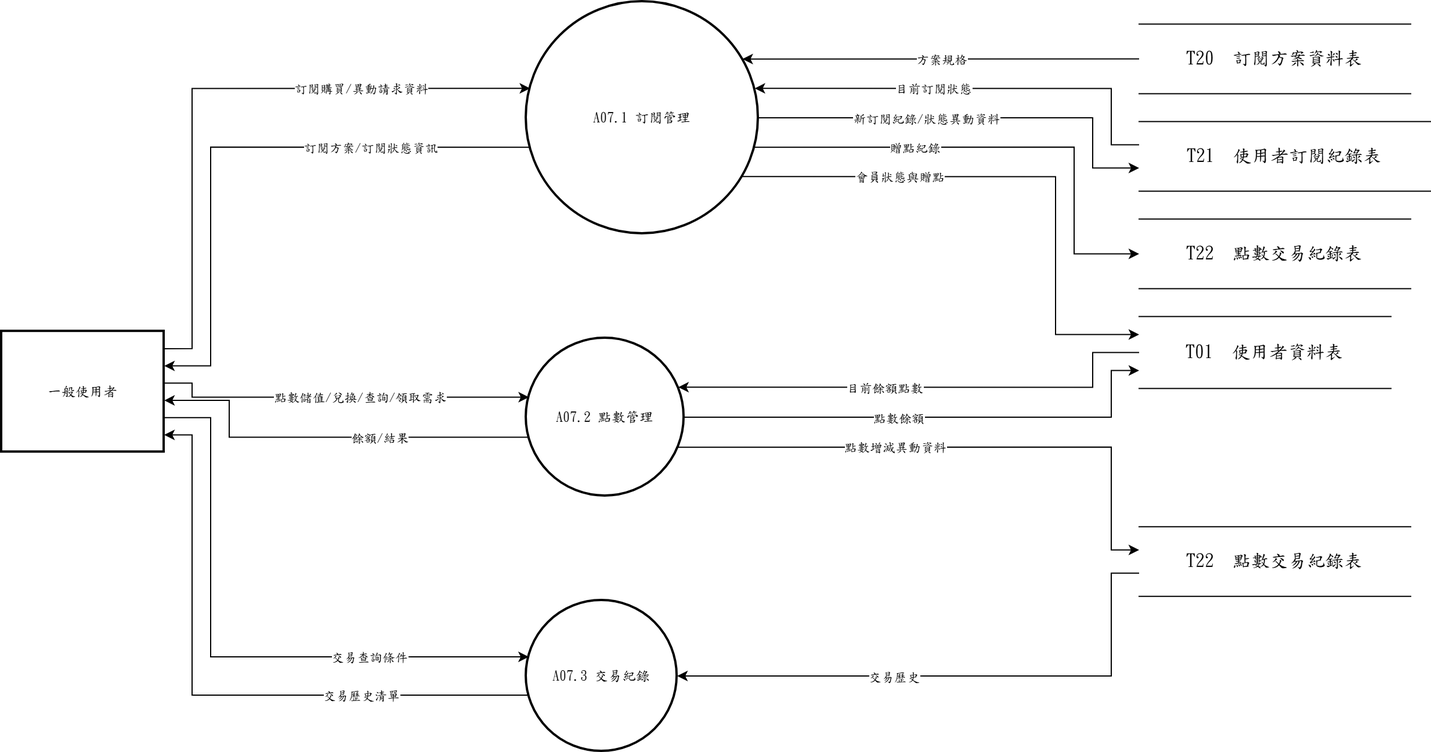
The draw.io diagram 系統文件/第6章/DFD圖/圖7/新/圖7.drawio.png in s22452007/115502, before a commit. Source tidied: cells renumbered, new cells last; positions are measured from the earlier drawing's top-left corner, leaving out a move shared by most shapes.
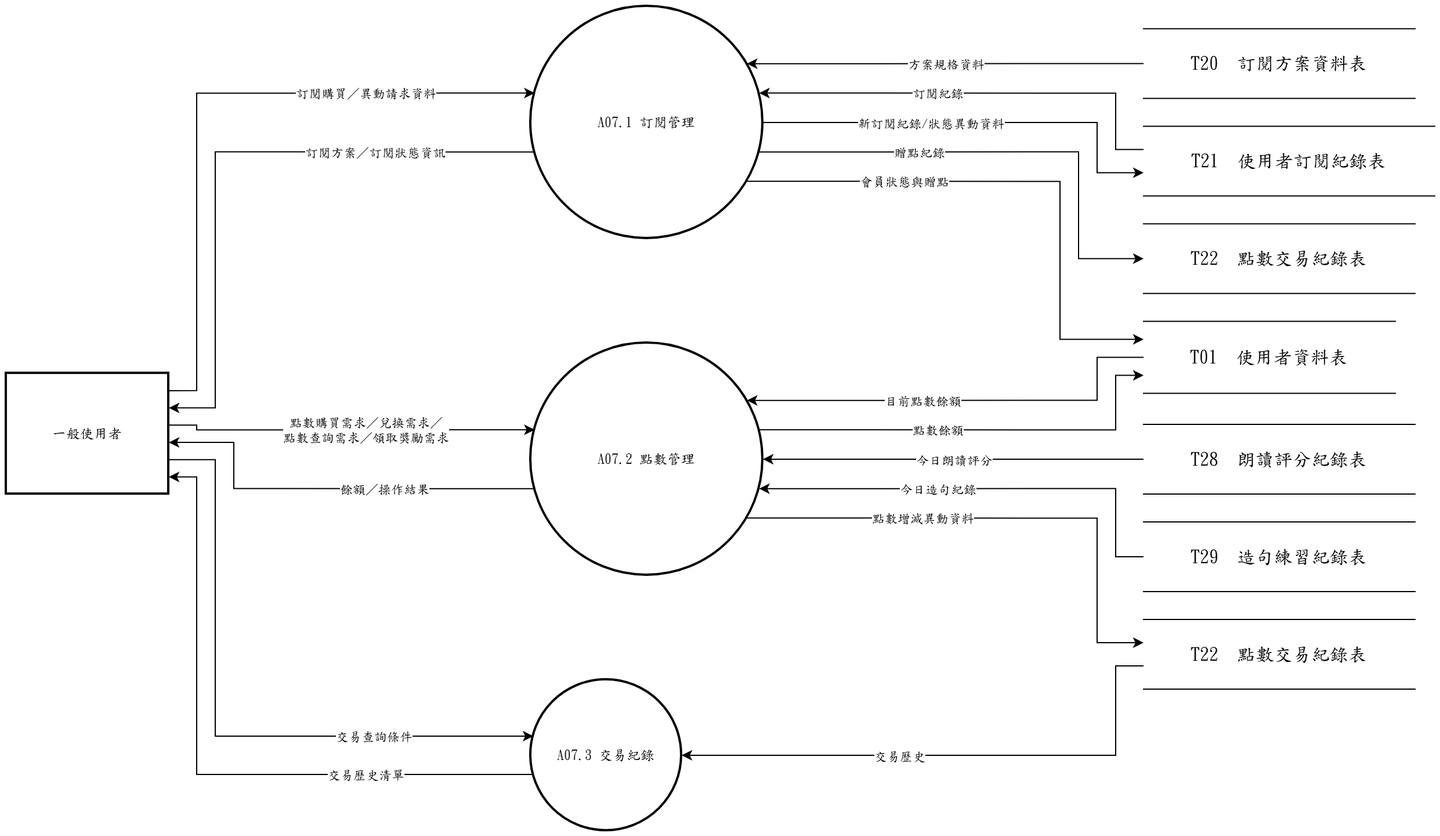
The same diagram one commit later.

Change to the diagram source:
```diff
@@ -8,9 +8,9 @@
     <mxCell id="3" value="A07.2 點數管理" style="ellipse;strokeWidth=2;whiteSpace=wrap;html=1;fontFamily=標楷體;" parent="1" vertex="1">
-      <mxGeometry x="452" y="290" width="136" height="136" as="geometry" />
+      <mxGeometry x="452" y="290" width="200" height="200" as="geometry" />
     </mxCell>
     <mxCell id="4" value="A07.3 交易紀錄" style="ellipse;strokeWidth=2;whiteSpace=wrap;html=1;fontFamily=標楷體;" parent="1" vertex="1">
-      <mxGeometry x="452" y="516" width="130" height="130" as="geometry" />
+      <mxGeometry x="452" y="580" width="130" height="130" as="geometry" />
     </mxCell>
     <mxCell id="5" value="一般使用者" style="whiteSpace=wrap;strokeWidth=2;html=1;fontFamily=標楷體;" parent="1" vertex="1">
-      <mxGeometry y="284.1" width="140" height="104" as="geometry" />
+      <mxGeometry y="316.1" width="140" height="104" as="geometry" />
     </mxCell>
@@ -28,38 +28,33 @@
     </mxCell>
-    <mxCell id="10" value="T22  點數交易紀錄表" style="shape=partialRectangle;whiteSpace=wrap;html=1;left=0;right=0;fontFamily=標楷體;fontSize=16;" parent="1" vertex="1">
-      <mxGeometry x="980" y="452.4" width="234" height="60" as="geometry" />
+    <mxCell id="10" value="T28  朗讀評分紀錄表" style="shape=partialRectangle;whiteSpace=wrap;html=1;left=0;right=0;fontFamily=標楷體;fontSize=16;" parent="1" vertex="1">
+      <mxGeometry x="980" y="360" width="234" height="60" as="geometry" />
     </mxCell>
-    <mxCell id="11" style="edgeStyle=none;rounded=0;html=1;fontFamily=標楷體;endArrow=classic;exitX=1.0000;exitY=0.1429;exitDx=0;exitDy=0;exitPerimeter=0;entryX=0.0163;entryY=0.3733;entryDx=0;entryDy=0;entryPerimeter=0;" parent="1" edge="1" source="5" target="2">
-      <mxGeometry relative="1" as="geometry">
-        <Array as="points">
-          <mxPoint x="164" y="298.9" />
-          <mxPoint x="164" y="74.7" />
-        </Array>
-      </mxGeometry>
+    <mxCell id="11" value="T29  造句練習紀錄表" style="shape=partialRectangle;whiteSpace=wrap;html=1;left=0;right=0;fontFamily=標楷體;fontSize=16;" parent="1" vertex="1">
+      <mxGeometry x="980" y="444" width="234" height="60" as="geometry" />
     </mxCell>
-    <mxCell id="12" value="訂閱購買/異動請求資料" style="edgeLabel;html=1;align=center;verticalAlign=middle;points=[];fontFamily=標楷體;" parent="11" vertex="1">
-      <mxGeometry x="0.46" relative="1" as="geometry" />
+    <mxCell id="12" value="T22  點數交易紀錄表" style="shape=partialRectangle;whiteSpace=wrap;html=1;left=0;right=0;fontFamily=標楷體;fontSize=16;" parent="1" vertex="1">
+      <mxGeometry x="980" y="528" width="234" height="60" as="geometry" />
     </mxCell>
-    <mxCell id="13" style="edgeStyle=none;rounded=0;html=1;fontFamily=標楷體;endArrow=classic;exitX=0.0000;exitY=0.5000;exitDx=0;exitDy=0;exitPerimeter=0;entryX=0.9311;entryY=0.2467;entryDx=0;entryDy=0;entryPerimeter=0;" parent="1" edge="1" source="6" target="2">
-      <mxGeometry relative="1" as="geometry" />
+    <mxCell id="13" style="edgeStyle=none;rounded=0;html=1;fontFamily=標楷體;endArrow=classic;exitX=1.0000;exitY=0.1429;exitDx=0;exitDy=0;exitPerimeter=0;entryX=0.0163;entryY=0.3733;entryDx=0;entryDy=0;entryPerimeter=0;" parent="1" edge="1" source="5" target="2">
+      <mxGeometry relative="1" as="geometry">
+        <Array as="points">
+          <mxPoint x="164" y="330.9" />
+          <mxPoint x="164" y="74.7" />
+        </Array>
+      </mxGeometry>
     </mxCell>
-    <mxCell id="14" value="方案規格" style="edgeLabel;html=1;align=center;verticalAlign=middle;fontFamily=標楷體;" parent="13" vertex="1">
-      <mxGeometry relative="1" as="geometry" />
+    <mxCell id="14" value="訂閱購買／異動請求資料" style="edgeLabel;html=1;align=center;verticalAlign=middle;fontFamily=標楷體;" parent="13" vertex="1">
+      <mxGeometry x="0.49" relative="1" as="geometry" />
     </mxCell>
-    <mxCell id="15" style="edgeStyle=none;rounded=0;html=1;fontFamily=標楷體;endArrow=classic;exitX=0.0000;exitY=0.3333;exitDx=0;exitDy=0;exitPerimeter=0;entryX=0.9837;entryY=0.3733;entryDx=0;entryDy=0;entryPerimeter=0;" parent="1" edge="1" source="7" target="2">
-      <mxGeometry relative="1" as="geometry">
-        <Array as="points">
-          <mxPoint x="956" y="123.3" />
-          <mxPoint x="956" y="74.7" />
-        </Array>
-      </mxGeometry>
+    <mxCell id="15" style="edgeStyle=none;rounded=0;html=1;fontFamily=標楷體;endArrow=classic;exitX=0.0000;exitY=0.5000;exitDx=0;exitDy=0;exitPerimeter=0;entryX=0.9311;entryY=0.2467;entryDx=0;entryDy=0;entryPerimeter=0;" parent="1" edge="1" source="6" target="2">
+      <mxGeometry relative="1" as="geometry" />
     </mxCell>
-    <mxCell id="16" value="目前訂閱狀態" style="edgeLabel;html=1;align=center;verticalAlign=middle;fontFamily=標楷體;" parent="15" vertex="1">
-      <mxGeometry x="0.19" relative="1" as="geometry" />
+    <mxCell id="16" value="方案規格資料" style="edgeLabel;html=1;align=center;verticalAlign=middle;fontFamily=標楷體;" parent="15" vertex="1">
+      <mxGeometry relative="1" as="geometry" />
     </mxCell>
-    <mxCell id="17" style="edgeStyle=none;rounded=0;html=1;fontFamily=標楷體;endArrow=classic;exitX=0.0163;exitY=0.6267;exitDx=0;exitDy=0;exitPerimeter=0;entryX=1.0000;entryY=0.2857;entryDx=0;entryDy=0;entryPerimeter=0;" parent="1" edge="1" source="2" target="5">
+    <mxCell id="17" style="edgeStyle=none;rounded=0;html=1;fontFamily=標楷體;endArrow=classic;exitX=0.0000;exitY=0.3333;exitDx=0;exitDy=0;exitPerimeter=0;entryX=0.9837;entryY=0.3733;entryDx=0;entryDy=0;entryPerimeter=0;" parent="1" edge="1" source="7" target="2">
       <mxGeometry relative="1" as="geometry">
         <Array as="points">
-          <mxPoint x="180" y="125.3" />
-          <mxPoint x="180" y="313.8" />
+          <mxPoint x="956" y="123.3" />
+          <mxPoint x="956" y="74.7" />
         </Array>
@@ -67,10 +62,10 @@
     </mxCell>
-    <mxCell id="18" value="訂閱方案/訂閱狀態資訊" style="edgeLabel;html=1;align=center;verticalAlign=middle;fontFamily=標楷體;" parent="17" vertex="1">
-      <mxGeometry x="-0.45" relative="1" as="geometry" />
+    <mxCell id="18" value="訂閱紀錄" style="edgeLabel;html=1;align=center;verticalAlign=middle;fontFamily=標楷體;" parent="17" vertex="1">
+      <mxGeometry x="0.19" relative="1" as="geometry" />
     </mxCell>
-    <mxCell id="19" style="edgeStyle=none;rounded=0;html=1;fontFamily=標楷體;endArrow=classic;exitX=1.0000;exitY=0.5000;exitDx=0;exitDy=0;exitPerimeter=0;entryX=0.0000;entryY=0.6667;entryDx=0;entryDy=0;entryPerimeter=0;" parent="1" edge="1" source="2" target="7">
+    <mxCell id="19" style="edgeStyle=none;rounded=0;html=1;fontFamily=標楷體;endArrow=classic;exitX=0.0163;exitY=0.6267;exitDx=0;exitDy=0;exitPerimeter=0;entryX=1.0000;entryY=0.2857;entryDx=0;entryDy=0;entryPerimeter=0;" parent="1" edge="1" source="2" target="5">
       <mxGeometry relative="1" as="geometry">
         <Array as="points">
-          <mxPoint x="940" y="100" />
-          <mxPoint x="940" y="143.3" />
+          <mxPoint x="180" y="125.3" />
+          <mxPoint x="180" y="345.8" />
         </Array>
@@ -78,4 +73,4 @@
     </mxCell>
-    <mxCell id="20" value="新訂閱紀錄/狀態異動資料" style="edgeLabel;html=1;align=center;verticalAlign=middle;fontFamily=標楷體;" parent="19" vertex="1">
-      <mxGeometry x="-0.22" relative="1" as="geometry" />
+    <mxCell id="20" value="訂閱方案／訂閱狀態資訊" style="edgeLabel;html=1;align=center;verticalAlign=middle;fontFamily=標楷體;" parent="19" vertex="1">
+      <mxGeometry x="-0.49" relative="1" as="geometry" />
     </mxCell>
@@ -92,7 +87,7 @@
     </mxCell>
-    <mxCell id="23" style="edgeStyle=none;rounded=0;html=1;fontFamily=標楷體;endArrow=classic;exitX=0.9837;exitY=0.6267;exitDx=0;exitDy=0;exitPerimeter=0;entryX=0.0000;entryY=0.5000;entryDx=0;entryDy=0;entryPerimeter=0;" parent="1" edge="1" source="2" target="8">
+    <mxCell id="23" style="edgeStyle=none;rounded=0;html=1;fontFamily=標楷體;endArrow=classic;exitX=1.0000;exitY=0.5000;exitDx=0;exitDy=0;exitPerimeter=0;entryX=0.0000;entryY=0.6667;entryDx=0;entryDy=0;entryPerimeter=0;" parent="1" edge="1" source="2" target="7">
       <mxGeometry relative="1" as="geometry">
         <Array as="points">
-          <mxPoint x="924" y="125.3" />
-          <mxPoint x="924" y="217.3" />
+          <mxPoint x="940" y="100" />
+          <mxPoint x="940" y="143.3" />
         </Array>
@@ -100,10 +95,10 @@
     </mxCell>
-    <mxCell id="24" value="贈點紀錄" style="edgeLabel;html=1;align=center;verticalAlign=middle;fontFamily=標楷體;" parent="23" vertex="1">
-      <mxGeometry x="-0.35" relative="1" as="geometry" />
+    <mxCell id="24" value="新訂閱紀錄/狀態異動資料" style="edgeLabel;html=1;align=center;verticalAlign=middle;fontFamily=標楷體;" parent="23" vertex="1">
+      <mxGeometry x="-0.22" relative="1" as="geometry" />
     </mxCell>
-    <mxCell id="25" style="edgeStyle=none;rounded=0;html=1;fontFamily=標楷體;endArrow=classic;exitX=1.0000;exitY=0.4286;exitDx=0;exitDy=0;exitPerimeter=0;entryX=0.0163;entryY=0.3733;entryDx=0;entryDy=0;entryPerimeter=0;" parent="1" edge="1" source="5" target="3">
+    <mxCell id="25" style="edgeStyle=none;rounded=0;html=1;fontFamily=標楷體;endArrow=classic;exitX=0.9837;exitY=0.6267;exitDx=0;exitDy=0;exitPerimeter=0;entryX=0.0000;entryY=0.5000;entryDx=0;entryDy=0;entryPerimeter=0;" parent="1" edge="1" source="2" target="8">
       <mxGeometry relative="1" as="geometry">
         <Array as="points">
-          <mxPoint x="164" y="328.6" />
-          <mxPoint x="164" y="340.8" />
+          <mxPoint x="924" y="125.3" />
+          <mxPoint x="924" y="217.3" />
         </Array>
@@ -111,10 +106,10 @@
     </mxCell>
-    <mxCell id="26" value="點數儲值/兌換/查詢/領取需求" style="edgeLabel;html=1;align=center;verticalAlign=middle;fontFamily=標楷體;" parent="25" vertex="1">
-      <mxGeometry x="0.11" relative="1" as="geometry" />
+    <mxCell id="26" value="贈點紀錄" style="edgeLabel;html=1;align=center;verticalAlign=middle;fontFamily=標楷體;" parent="25" vertex="1">
+      <mxGeometry x="-0.35" relative="1" as="geometry" />
     </mxCell>
-    <mxCell id="27" style="edgeStyle=none;rounded=0;html=1;fontFamily=標楷體;endArrow=classic;exitX=0.0000;exitY=0.5000;exitDx=0;exitDy=0;exitPerimeter=0;entryX=0.9625;entryY=0.3100;entryDx=0;entryDy=0;entryPerimeter=0;" parent="1" edge="1" source="9" target="3">
+    <mxCell id="27" style="edgeStyle=none;rounded=0;html=1;fontFamily=標楷體;endArrow=classic;exitX=1.0000;exitY=0.4286;exitDx=0;exitDy=0;exitPerimeter=0;entryX=0.0163;entryY=0.3733;entryDx=0;entryDy=0;entryPerimeter=0;" parent="1" edge="1" source="5" target="3">
       <mxGeometry relative="1" as="geometry">
         <Array as="points">
-          <mxPoint x="940" y="302.3" />
-          <mxPoint x="940" y="332.2" />
+          <mxPoint x="164" y="360.6" />
+          <mxPoint x="164" y="364.7" />
         </Array>
@@ -122,10 +117,10 @@
     </mxCell>
-    <mxCell id="28" value="目前餘額點數" style="edgeLabel;html=1;align=center;verticalAlign=middle;fontFamily=標楷體;" parent="27" vertex="1">
-      <mxGeometry x="0.16" relative="1" as="geometry" />
+    <mxCell id="28" value="點數購買需求／兌換需求／&lt;br&gt;點數查詢需求／領取獎勵需求" style="edgeLabel;html=1;align=center;verticalAlign=middle;fontFamily=標楷體;" parent="27" vertex="1">
+      <mxGeometry x="0.09" relative="1" as="geometry" />
     </mxCell>
-    <mxCell id="29" style="edgeStyle=none;rounded=0;html=1;fontFamily=標楷體;endArrow=classic;exitX=0.0163;exitY=0.6267;exitDx=0;exitDy=0;exitPerimeter=0;entryX=1.0000;entryY=0.5714;entryDx=0;entryDy=0;entryPerimeter=0;" parent="1" edge="1" source="3" target="5">
+    <mxCell id="29" style="edgeStyle=none;rounded=0;html=1;fontFamily=標楷體;endArrow=classic;exitX=0.0000;exitY=0.5000;exitDx=0;exitDy=0;exitPerimeter=0;entryX=0.9311;entryY=0.2467;entryDx=0;entryDy=0;entryPerimeter=0;" parent="1" edge="1" source="9" target="3">
       <mxGeometry relative="1" as="geometry">
         <Array as="points">
-          <mxPoint x="196" y="375.2" />
-          <mxPoint x="196" y="343.5" />
+          <mxPoint x="940" y="302.3" />
+          <mxPoint x="940" y="339.3" />
         </Array>
@@ -133,10 +128,10 @@
     </mxCell>
-    <mxCell id="30" value="餘額/結果" style="edgeLabel;html=1;align=center;verticalAlign=middle;fontFamily=標楷體;" parent="29" vertex="1">
-      <mxGeometry x="-0.25" relative="1" as="geometry" />
+    <mxCell id="30" value="目前點數餘額" style="edgeLabel;html=1;align=center;verticalAlign=middle;fontFamily=標楷體;" parent="29" vertex="1">
+      <mxGeometry x="0.2" relative="1" as="geometry" />
     </mxCell>
-    <mxCell id="31" style="edgeStyle=none;rounded=0;html=1;fontFamily=標楷體;endArrow=classic;exitX=1.0000;exitY=0.5000;exitDx=0;exitDy=0;exitPerimeter=0;entryX=0.0000;entryY=0.7500;entryDx=0;entryDy=0;entryPerimeter=0;" parent="1" edge="1" source="3" target="9">
+    <mxCell id="31" style="edgeStyle=none;rounded=0;html=1;fontFamily=標楷體;endArrow=classic;exitX=0.0000;exitY=0.5000;exitDx=0;exitDy=0;exitPerimeter=0;entryX=0.9837;entryY=0.6267;entryDx=0;entryDy=0;entryPerimeter=0;" parent="1" edge="1" source="11" target="3">
       <mxGeometry relative="1" as="geometry">
         <Array as="points">
-          <mxPoint x="956" y="358" />
-          <mxPoint x="956" y="317.8" />
+          <mxPoint x="956" y="474" />
+          <mxPoint x="956" y="415.3" />
         </Array>
@@ -144,21 +139,16 @@
     </mxCell>
-    <mxCell id="32" value="點數餘額" style="edgeLabel;html=1;align=center;verticalAlign=middle;fontFamily=標楷體;" parent="31" vertex="1">
-      <mxGeometry x="-0.15" relative="1" as="geometry" />
+    <mxCell id="32" value="今日造句紀錄" style="edgeLabel;html=1;align=center;verticalAlign=middle;fontFamily=標楷體;" parent="31" vertex="1">
+      <mxGeometry x="0.21" relative="1" as="geometry" />
     </mxCell>
-    <mxCell id="33" style="edgeStyle=none;rounded=0;html=1;fontFamily=標楷體;endArrow=classic;exitX=0.9625;exitY=0.6900;exitDx=0;exitDy=0;exitPerimeter=0;entryX=0.0000;entryY=0.3333;entryDx=0;entryDy=0;entryPerimeter=0;" parent="1" edge="1" source="3" target="10">
-      <mxGeometry relative="1" as="geometry">
-        <Array as="points">
-          <mxPoint x="956" y="383.8" />
-          <mxPoint x="956" y="472.4" />
-        </Array>
-      </mxGeometry>
+    <mxCell id="33" style="edgeStyle=none;rounded=0;html=1;fontFamily=標楷體;endArrow=classic;exitX=0.0000;exitY=0.5000;exitDx=0;exitDy=0;exitPerimeter=0;entryX=1.0000;entryY=0.5000;entryDx=0;entryDy=0;entryPerimeter=0;" parent="1" edge="1" source="10" target="3">
+      <mxGeometry relative="1" as="geometry" />
     </mxCell>
-    <mxCell id="34" value="點數增減異動資料" style="edgeLabel;html=1;align=center;verticalAlign=middle;fontFamily=標楷體;" parent="33" vertex="1">
-      <mxGeometry x="-0.23" relative="1" as="geometry" />
+    <mxCell id="34" value="今日朗讀評分" style="edgeLabel;html=1;align=center;verticalAlign=middle;fontFamily=標楷體;" parent="33" vertex="1">
+      <mxGeometry relative="1" as="geometry" />
     </mxCell>
-    <mxCell id="35" style="edgeStyle=none;rounded=0;html=1;fontFamily=標楷體;endArrow=classic;exitX=1.0000;exitY=0.7143;exitDx=0;exitDy=0;exitPerimeter=0;entryX=0.0163;entryY=0.3733;entryDx=0;entryDy=0;entryPerimeter=0;" parent="1" edge="1" source="5" target="4">
+    <mxCell id="35" style="edgeStyle=none;rounded=0;html=1;fontFamily=標楷體;endArrow=classic;exitX=0.0163;exitY=0.6267;exitDx=0;exitDy=0;exitPerimeter=0;entryX=1.0000;entryY=0.5714;entryDx=0;entryDy=0;entryPerimeter=0;" parent="1" edge="1" source="3" target="5">
       <mxGeometry relative="1" as="geometry">
         <Array as="points">
-          <mxPoint x="180" y="358.4" />
-          <mxPoint x="180" y="564.5" />
+          <mxPoint x="196" y="415.3" />
+          <mxPoint x="196" y="375.5" />
         </Array>
@@ -166,10 +156,10 @@
     </mxCell>
-    <mxCell id="36" value="交易查詢條件" style="edgeLabel;html=1;align=center;verticalAlign=middle;fontFamily=標楷體;" parent="35" vertex="1">
-      <mxGeometry x="0.47" relative="1" as="geometry" />
+    <mxCell id="36" value="餘額／操作結果" style="edgeLabel;html=1;align=center;verticalAlign=middle;fontFamily=標楷體;" parent="35" vertex="1">
+      <mxGeometry x="-0.27" relative="1" as="geometry" />
     </mxCell>
-    <mxCell id="37" style="edgeStyle=none;rounded=0;html=1;fontFamily=標楷體;endArrow=classic;exitX=0.0000;exitY=0.6667;exitDx=0;exitDy=0;exitPerimeter=0;entryX=1.0000;entryY=0.5000;entryDx=0;entryDy=0;entryPerimeter=0;" parent="1" edge="1" source="10" target="4">
+    <mxCell id="37" style="edgeStyle=none;rounded=0;html=1;fontFamily=標楷體;endArrow=classic;exitX=0.9837;exitY=0.3733;exitDx=0;exitDy=0;exitPerimeter=0;entryX=0.0000;entryY=0.7500;entryDx=0;entryDy=0;entryPerimeter=0;" parent="1" edge="1" source="3" target="9">
       <mxGeometry relative="1" as="geometry">
         <Array as="points">
-          <mxPoint x="956" y="492.4" />
-          <mxPoint x="956" y="581" />
+          <mxPoint x="956" y="364.7" />
+          <mxPoint x="956" y="317.8" />
         </Array>
@@ -177,10 +167,10 @@
     </mxCell>
-    <mxCell id="38" value="交易歷史" style="edgeLabel;html=1;align=center;verticalAlign=middle;fontFamily=標楷體;" parent="37" vertex="1">
-      <mxGeometry x="0.23" relative="1" as="geometry" />
+    <mxCell id="38" value="點數餘額" style="edgeLabel;html=1;align=center;verticalAlign=middle;fontFamily=標楷體;" parent="37" vertex="1">
+      <mxGeometry x="-0.19" relative="1" as="geometry" />
     </mxCell>
-    <mxCell id="39" style="edgeStyle=none;rounded=0;html=1;fontFamily=標楷體;endArrow=classic;exitX=0.0163;exitY=0.6267;exitDx=0;exitDy=0;exitPerimeter=0;entryX=1.0000;entryY=0.8571;entryDx=0;entryDy=0;entryPerimeter=0;" parent="1" edge="1" source="4" target="5">
+    <mxCell id="39" style="edgeStyle=none;rounded=0;html=1;fontFamily=標楷體;endArrow=classic;exitX=0.9311;exitY=0.7533;exitDx=0;exitDy=0;exitPerimeter=0;entryX=0.0000;entryY=0.3333;entryDx=0;entryDy=0;entryPerimeter=0;" parent="1" edge="1" source="3" target="12">
       <mxGeometry relative="1" as="geometry">
         <Array as="points">
-          <mxPoint x="164" y="597.5" />
-          <mxPoint x="164" y="373.2" />
+          <mxPoint x="940" y="440.7" />
+          <mxPoint x="940" y="548" />
         </Array>
@@ -188,5 +178,38 @@
     </mxCell>
-    <mxCell id="40" value="交易歷史清單" style="edgeLabel;html=1;align=center;verticalAlign=middle;fontFamily=標楷體;" parent="39" vertex="1">
-      <mxGeometry x="-0.46" relative="1" as="geometry" />
+    <mxCell id="40" value="點數增減異動資料" style="edgeLabel;html=1;align=center;verticalAlign=middle;fontFamily=標楷體;" parent="39" vertex="1">
+      <mxGeometry x="-0.33" relative="1" as="geometry" />
     </mxCell>
+    <mxCell id="41" style="edgeStyle=none;rounded=0;html=1;fontFamily=標楷體;endArrow=classic;exitX=1.0000;exitY=0.7143;exitDx=0;exitDy=0;exitPerimeter=0;entryX=0.0163;entryY=0.3733;entryDx=0;entryDy=0;entryPerimeter=0;" parent="1" edge="1" source="5" target="4">
+      <mxGeometry relative="1" as="geometry">
+        <Array as="points">
+          <mxPoint x="180" y="390.4" />
+          <mxPoint x="180" y="628.5" />
+        </Array>
+      </mxGeometry>
+    </mxCell>
+    <mxCell id="42" value="交易查詢條件" style="edgeLabel;html=1;align=center;verticalAlign=middle;fontFamily=標楷體;" parent="41" vertex="1">
+      <mxGeometry x="0.5" relative="1" as="geometry" />
+    </mxCell>
+    <mxCell id="43" style="edgeStyle=none;rounded=0;html=1;fontFamily=標楷體;endArrow=classic;exitX=0.0000;exitY=0.6667;exitDx=0;exitDy=0;exitPerimeter=0;entryX=1.0000;entryY=0.5000;entryDx=0;entryDy=0;entryPerimeter=0;" parent="1" edge="1" source="12" target="4">
+      <mxGeometry relative="1" as="geometry">
+        <Array as="points">
+          <mxPoint x="956" y="568" />
+          <mxPoint x="956" y="645" />
+        </Array>
+      </mxGeometry>
+    </mxCell>
+    <mxCell id="44" value="交易歷史" style="edgeLabel;html=1;align=center;verticalAlign=middle;fontFamily=標楷體;" parent="43" vertex="1">
+      <mxGeometry x="0.21" relative="1" as="geometry" />
+    </mxCell>
+    <mxCell id="45" style="edgeStyle=none;rounded=0;html=1;fontFamily=標楷體;endArrow=classic;exitX=0.0163;exitY=0.6267;exitDx=0;exitDy=0;exitPerimeter=0;entryX=1.0000;entryY=0.8571;entryDx=0;entryDy=0;entryPerimeter=0;" parent="1" edge="1" source="4" target="5">
+      <mxGeometry relative="1" as="geometry">
+        <Array as="points">
+          <mxPoint x="164" y="661.5" />
+          <mxPoint x="164" y="405.2" />
+        </Array>
+      </mxGeometry>
+    </mxCell>
+    <mxCell id="46" value="交易歷史清單" style="edgeLabel;html=1;align=center;verticalAlign=middle;fontFamily=標楷體;" parent="45" vertex="1">
+      <mxGeometry x="-0.49" relative="1" as="geometry" />
+    </mxCell>
   </root>
```
